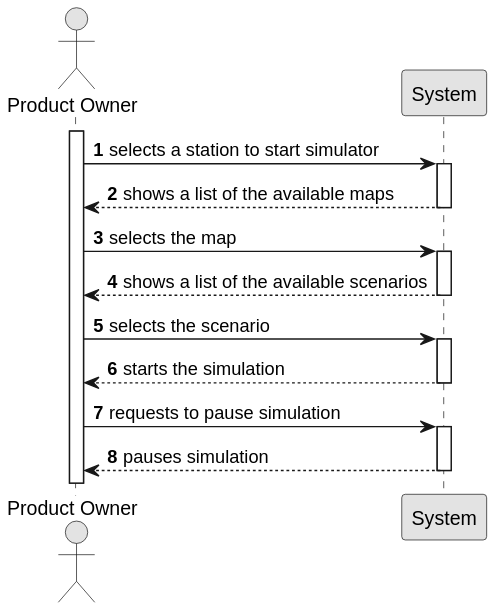
Before: docs/sprint2/us012/01.requirements-engineering/svg/us012-system-sequence-diagram.svg, a diagram exported from PlantUML (ivasduarte/all-aboard).
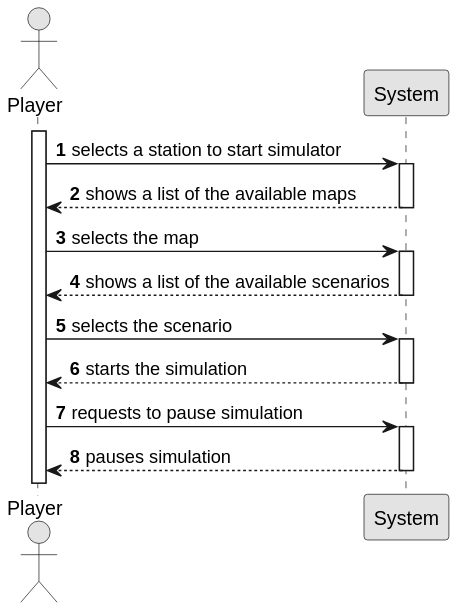
Later version of the same file.

Commit message:
US012(docs): SSD change ProductOwner to Player

Change to the diagram source:
```diff
@@ -5,32 +5,32 @@
 
 autonumber
 
-actor "Product Owner" as ProductOwner
+actor "Player" as Player
 participant "System" as System
 
-activate ProductOwner
+activate Player
 
-    ProductOwner -> System : selects a station to start simulator
+    Player -> System : selects a station to start simulator
     activate System
 
-    System --> ProductOwner : shows a list of the available maps
+    System --> Player : shows a list of the available maps
     deactivate System
 
-    ProductOwner -> System : selects the map
+    Player -> System : selects the map
     activate System
 
-    System --> ProductOwner : shows a list of the available scenarios
+    System --> Player : shows a list of the available scenarios
     deactivate System
 
-    ProductOwner -> System : selects the scenario
+    Player -> System : selects the scenario
     activate System
 
-    System --> ProductOwner : starts the simulation
+    System --> Player : starts the simulation
     deactivate System
 
-    ProductOwner -> System : requests to pause simulation
+    Player -> System : requests to pause simulation
     activate System
 
-    System --> ProductOwner : pauses simulation
+    System --> Player : pauses simulation
     deactivate System
 @enduml
```
